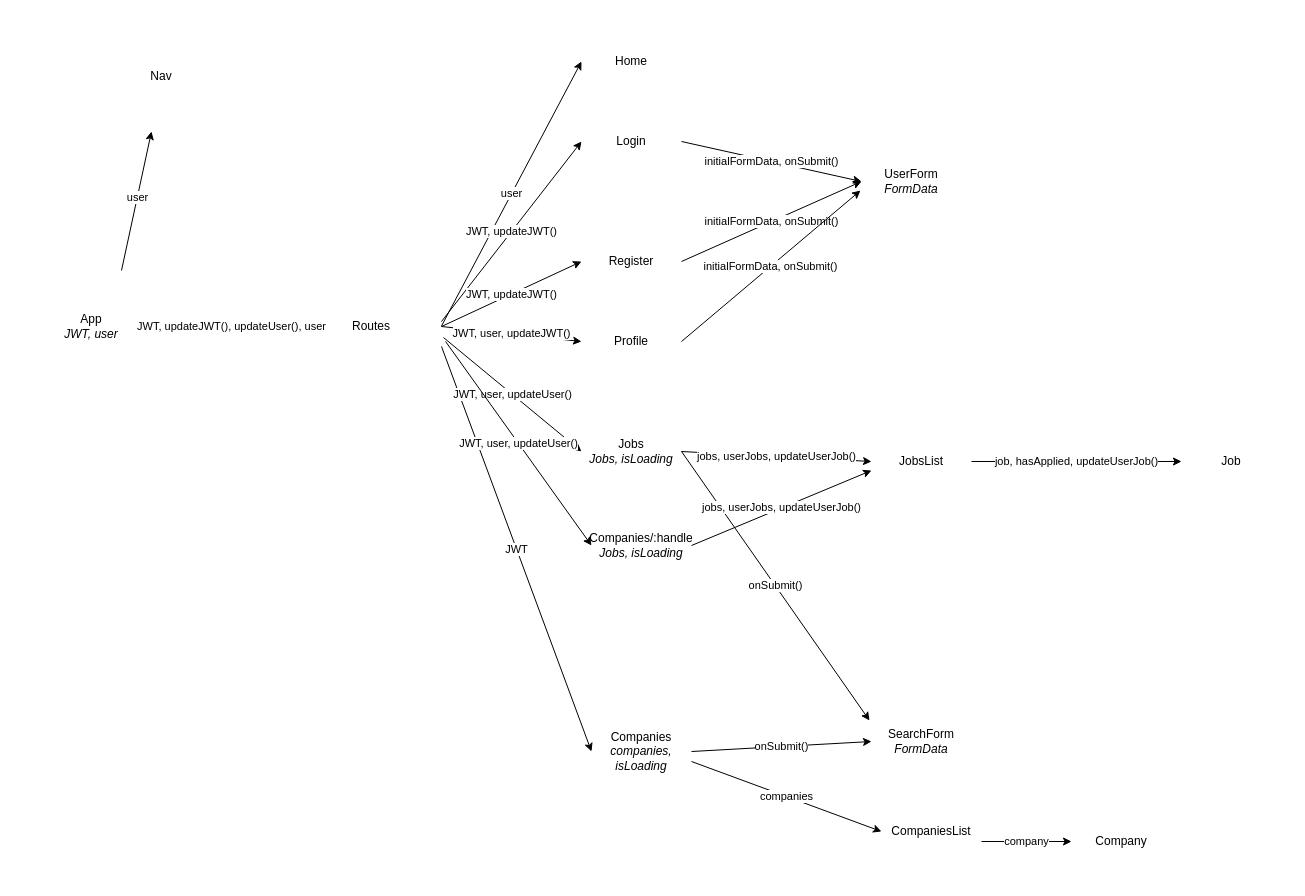
Earlier version of the draw.io diagram Untitled Diagram.drawio (dkclee/l4j-fe). Source tidied: cells renumbered, new cells numbered last; positions are measured from the earlier drawing's top-left corner, leaving out a move shared by most shapes. Both pictures are drawn from the tidied source at 100%, with x=0, y=0 at pixel (21, 21).
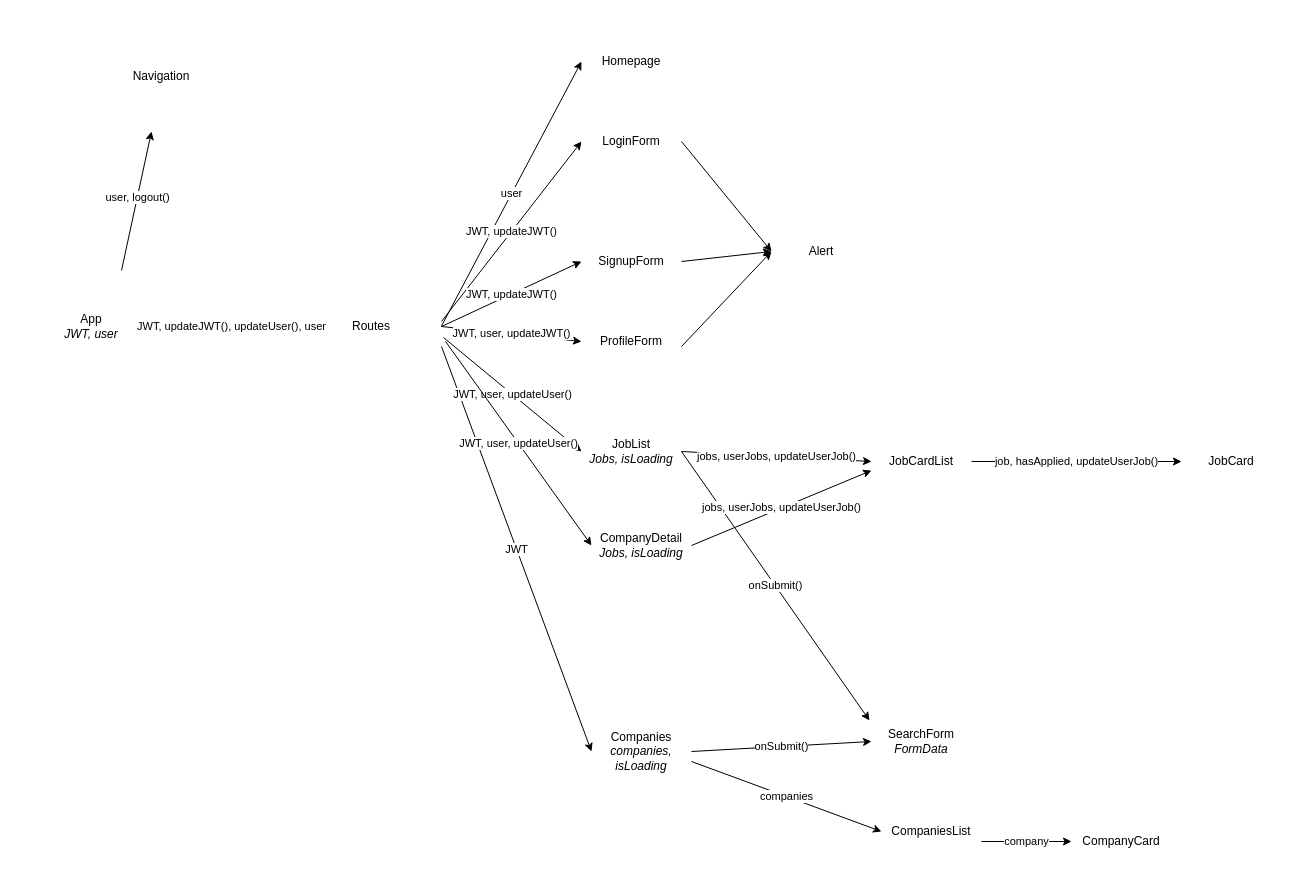
The same diagram, later.

Change to the diagram source:
```diff
@@
-    <mxCell id="6" value="user" style="endArrow=classic;html=1;" parent="1" edge="1">
+    <mxCell id="6" value="user, logout()" style="endArrow=classic;html=1;" parent="1" edge="1">
       <mxGeometry x="0.06" relative="1" as="geometry">
         <mxPoint x="100" y="249" as="sourcePoint" />
         <mxPoint x="130" y="110" as="targetPoint" />
       </mxGeometry>
     </mxCell>
-    <mxCell id="7" value="Nav" style="text;html=1;strokeColor=1;fillColor=none;align=center;verticalAlign=middle;whiteSpace=wrap;rounded=0;shadow=1;" parent="1" vertex="1">
+    <mxCell id="7" value="Navigation" style="text;html=1;strokeColor=1;fillColor=none;align=center;verticalAlign=middle;whiteSpace=wrap;rounded=0;shadow=1;" parent="1" vertex="1">
       <mxGeometry x="70" width="140" height="110" as="geometry" />
     </mxCell>
-    <mxCell id="8" value="Home" style="text;html=1;strokeColor=1;fillColor=none;align=center;verticalAlign=middle;whiteSpace=wrap;rounded=0;shadow=1;" parent="1" vertex="1">
+    <mxCell id="8" value="Homepage" style="text;html=1;strokeColor=1;fillColor=none;align=center;verticalAlign=middle;whiteSpace=wrap;rounded=0;shadow=1;" parent="1" vertex="1">
       <mxGeometry x="560" y="10" width="100" height="60" as="geometry" />
     </mxCell>
@@
-    <mxCell id="10" value="Login" style="text;html=1;strokeColor=1;fillColor=none;align=center;verticalAlign=middle;whiteSpace=wrap;rounded=0;shadow=1;" parent="1" vertex="1">
+    <mxCell id="10" value="LoginForm" style="text;html=1;strokeColor=1;fillColor=none;align=center;verticalAlign=middle;whiteSpace=wrap;rounded=0;shadow=1;" parent="1" vertex="1">
       <mxGeometry x="560" y="90" width="100" height="60" as="geometry" />
     </mxCell>
-    <mxCell id="11" value="initialFormData, onSubmit()" style="endArrow=classic;html=1;exitX=1;exitY=0.5;exitDx=0;exitDy=0;entryX=0;entryY=0.5;entryDx=0;entryDy=0;" parent="1" edge="1" source="10" target="12">
-      <mxGeometry relative="1" as="geometry" />
-    </mxCell>
-    <mxCell id="12" value="UserForm&lt;br&gt;&lt;i&gt;FormData&lt;/i&gt;" style="text;html=1;strokeColor=1;fillColor=none;align=center;verticalAlign=middle;whiteSpace=wrap;rounded=0;shadow=1;" parent="1" vertex="1">
-      <mxGeometry x="840" y="130" width="100" height="60" as="geometry" />
-    </mxCell>
@@
-    <mxCell id="14" value="Register" style="text;html=1;strokeColor=1;fillColor=none;align=center;verticalAlign=middle;whiteSpace=wrap;rounded=0;shadow=1;" parent="1" vertex="1">
+    <mxCell id="14" value="SignupForm" style="text;html=1;strokeColor=1;fillColor=none;align=center;verticalAlign=middle;whiteSpace=wrap;rounded=0;shadow=1;" parent="1" vertex="1">
       <mxGeometry x="560" y="210" width="100" height="60" as="geometry" />
     </mxCell>
-    <mxCell id="15" value="initialFormData, onSubmit()" style="endArrow=classic;html=1;exitX=1;exitY=0.5;exitDx=0;exitDy=0;entryX=0;entryY=0.5;entryDx=0;entryDy=0;" parent="1" edge="1" source="14" target="12">
-      <mxGeometry relative="1" as="geometry" />
-    </mxCell>
@@
-    <mxCell id="23" value="Company" style="text;html=1;strokeColor=1;fillColor=none;align=center;verticalAlign=middle;whiteSpace=wrap;rounded=0;shadow=1;" parent="1" vertex="1">
+    <mxCell id="23" value="CompanyCard" style="text;html=1;strokeColor=1;fillColor=none;align=center;verticalAlign=middle;whiteSpace=wrap;rounded=0;shadow=1;" parent="1" vertex="1">
       <mxGeometry x="1050" y="790" width="100" height="60" as="geometry" />
     </mxCell>
@@
-    <mxCell id="25" value="Profile" style="text;html=1;strokeColor=1;fillColor=none;align=center;verticalAlign=middle;whiteSpace=wrap;rounded=0;shadow=1;" parent="1" vertex="1">
+    <mxCell id="25" value="ProfileForm" style="text;html=1;strokeColor=1;fillColor=none;align=center;verticalAlign=middle;whiteSpace=wrap;rounded=0;shadow=1;" parent="1" vertex="1">
       <mxGeometry x="560" y="290" width="100" height="60" as="geometry" />
     </mxCell>
-    <mxCell id="26" value="initialFormData, onSubmit()" style="endArrow=classic;html=1;exitX=1;exitY=0.5;exitDx=0;exitDy=0;entryX=-0.01;entryY=0.65;entryDx=0;entryDy=0;entryPerimeter=0;" parent="1" edge="1" source="25" target="12">
-      <mxGeometry relative="1" as="geometry" />
-    </mxCell>
-    <mxCell id="27" value="Jobs&lt;br&gt;&lt;i&gt;Jobs, isLoading&lt;/i&gt;" style="text;html=1;strokeColor=1;fillColor=none;align=center;verticalAlign=middle;whiteSpace=wrap;rounded=0;shadow=1;" parent="1" vertex="1">
+    <mxCell id="27" value="JobList&lt;br&gt;&lt;i&gt;Jobs, isLoading&lt;/i&gt;" style="text;html=1;strokeColor=1;fillColor=none;align=center;verticalAlign=middle;whiteSpace=wrap;rounded=0;shadow=1;" parent="1" vertex="1">
       <mxGeometry x="560" y="400" width="100" height="60" as="geometry" />
     </mxCell>
@@
-    <mxCell id="30" value="JobsList" style="text;html=1;strokeColor=1;fillColor=none;align=center;verticalAlign=middle;whiteSpace=wrap;rounded=0;shadow=1;" parent="1" vertex="1">
+    <mxCell id="30" value="JobCardList" style="text;html=1;strokeColor=1;fillColor=none;align=center;verticalAlign=middle;whiteSpace=wrap;rounded=0;shadow=1;" parent="1" vertex="1">
       <mxGeometry x="850" y="410" width="100" height="60" as="geometry" />
     </mxCell>
@@
-    <mxCell id="32" value="Job" style="text;html=1;strokeColor=1;fillColor=none;align=center;verticalAlign=middle;whiteSpace=wrap;rounded=0;shadow=1;" parent="1" vertex="1">
+    <mxCell id="32" value="JobCard" style="text;html=1;strokeColor=1;fillColor=none;align=center;verticalAlign=middle;whiteSpace=wrap;rounded=0;shadow=1;" parent="1" vertex="1">
       <mxGeometry x="1160" y="410" width="100" height="60" as="geometry" />
     </mxCell>
@@
-    <mxCell id="34" value="Companies/:handle&lt;br&gt;&lt;i&gt;Jobs, isLoading&lt;/i&gt;" style="text;html=1;strokeColor=1;fillColor=none;align=center;verticalAlign=middle;whiteSpace=wrap;rounded=0;shadow=1;" parent="1" vertex="1">
+    <mxCell id="34" value="CompanyDetail&lt;br&gt;&lt;i&gt;Jobs, isLoading&lt;/i&gt;" style="text;html=1;strokeColor=1;fillColor=none;align=center;verticalAlign=middle;whiteSpace=wrap;rounded=0;shadow=1;" parent="1" vertex="1">
       <mxGeometry x="570" y="494" width="100" height="60" as="geometry" />
     </mxCell>
@@
+    <mxCell id="37" style="endArrow=classic;html=1;entryX=0;entryY=0.5;entryDx=0;entryDy=0;fontStyle=1;" parent="1" edge="1" target="38">
+      <mxGeometry relative="1" as="geometry">
+        <mxPoint x="660" y="325" as="sourcePoint" />
+      </mxGeometry>
+    </mxCell>
+    <mxCell id="38" value="Alert" style="text;html=1;strokeColor=1;fillColor=none;align=center;verticalAlign=middle;whiteSpace=wrap;rounded=0;shadow=1;" parent="1" vertex="1">
+      <mxGeometry x="750" y="200" width="100" height="60" as="geometry" />
+    </mxCell>
+    <mxCell id="39" style="endArrow=classic;html=1;entryX=0;entryY=0.5;entryDx=0;entryDy=0;fontStyle=1;exitX=1;exitY=0.5;exitDx=0;exitDy=0;" parent="1" edge="1" source="14" target="38">
+      <mxGeometry relative="1" as="geometry" />
+    </mxCell>
+    <mxCell id="40" style="endArrow=classic;html=1;entryX=0;entryY=0.5;entryDx=0;entryDy=0;fontStyle=1;exitX=1;exitY=0.5;exitDx=0;exitDy=0;" parent="1" edge="1" source="10" target="38">
+      <mxGeometry relative="1" as="geometry" />
+    </mxCell>
```
